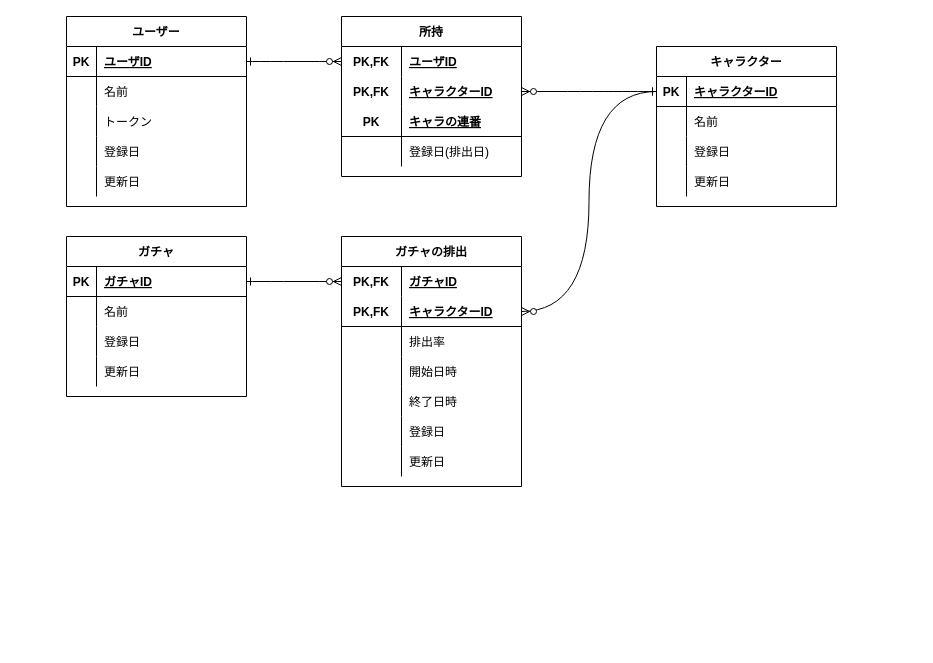
Before: db.drawio in HidakaRintaro/MISSION_CA-TechDojo, a draw.io diagram. Source tidied: cells renumbered, new cells numbered last; positions are measured from the earlier drawing's top-left corner, leaving out a move shared by most shapes. Both pictures are drawn from the tidied source at 100%, with x=0, y=0 at pixel (66, 16).
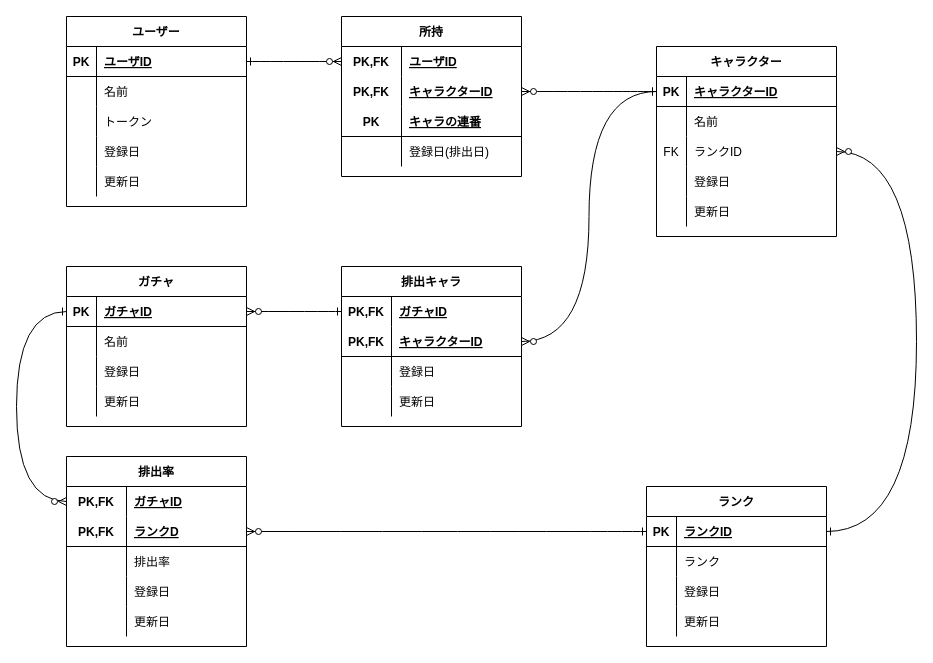
After the change.

Commit message (it also covers changes not shown here):
ガチャの実装 ユーザーキャラクターリストの実装 tokenのランダム生成の追加

The change refers to these unchanged cells:
```xml
<mxCell id="19" style="shape=partialRectangle;fillColor=none;top=0;left=0;bottom=1;right=0;points=[[0,0.5],[1,0.5]];portConstraint=eastwest;" parent="18" vertex="1">
  <mxGeometry y="30" width="180" height="30" as="geometry" />
</mxCell>
<mxCell id="47" style="shape=partialRectangle;fillColor=none;top=0;left=0;bottom=0;right=0;points=[[0,0.5],[1,0.5]];portConstraint=eastwest;" parent="46" vertex="1">
  <mxGeometry y="30" width="180" height="30" as="geometry" />
</mxCell>
<mxCell id="50" style="shape=partialRectangle;fillColor=none;top=0;left=0;bottom=1;right=0;points=[[0,0.5],[1,0.5]];portConstraint=eastwest;" parent="46" vertex="1">
  <mxGeometry y="60" width="180" height="30" as="geometry" />
</mxCell>
<mxCell id="71" style="shape=partialRectangle;fillColor=none;top=0;left=0;bottom=1;right=0;points=[[0,0.5],[1,0.5]];portConstraint=eastwest;" parent="70" vertex="1">
  <mxGeometry y="30" width="180" height="30" as="geometry" />
</mxCell>
```

What changed in the source:
```diff
@@
     <mxCell id="18" value="キャラクター" style="shape=table;startSize=30;childLayout=tableLayout;rowLines=0;fontStyle=1;align=center;" parent="1" vertex="1">
-      <mxGeometry x="590" y="30" width="180" height="160" as="geometry" />
+      <mxGeometry x="590" y="30" width="180" height="190" as="geometry" />
     </mxCell>
@@
+    <mxCell id="83" style="shape=partialRectangle;fillColor=none;top=0;left=0;bottom=0;right=0;points=[[0,0.5],[1,0.5]];portConstraint=eastwest;" parent="18" vertex="1">
+      <mxGeometry y="90" width="180" height="30" as="geometry" />
+    </mxCell>
+    <mxCell id="84" value="FK" style="shape=partialRectangle;fillColor=none;top=0;left=0;bottom=0;right=0;overflow=hidden;" parent="83" vertex="1">
+      <mxGeometry width="30" height="30" as="geometry" />
+    </mxCell>
+    <mxCell id="85" value="ランクID" style="shape=partialRectangle;fillColor=none;top=0;left=0;bottom=0;right=0;align=left;spacingLeft=6;overflow=hidden;" parent="83" vertex="1">
+      <mxGeometry x="30" width="150" height="30" as="geometry" />
+    </mxCell>
     <mxCell id="25" style="shape=partialRectangle;fillColor=none;top=0;left=0;bottom=0;right=0;" parent="18" vertex="1">
-      <mxGeometry y="90" width="180" height="30" as="geometry" />
+      <mxGeometry y="120" width="180" height="30" as="geometry" />
     </mxCell>
@@
     <mxCell id="28" style="shape=partialRectangle;fillColor=none;top=0;left=0;bottom=0;right=0;" parent="18" vertex="1">
-      <mxGeometry y="120" width="180" height="30" as="geometry" />
+      <mxGeometry y="150" width="180" height="30" as="geometry" />
     </mxCell>
@@
-    <mxCell id="46" value="ガチャの排出" style="shape=table;startSize=30;childLayout=tableLayout;rowLines=0;fontStyle=1;align=center;" parent="1" vertex="1">
-      <mxGeometry x="275" y="220" width="180" height="250" as="geometry" />
+    <mxCell id="46" value="排出率" style="shape=table;startSize=30;childLayout=tableLayout;rowLines=0;fontStyle=1;align=center;" parent="1" vertex="1">
+      <mxGeometry y="440" width="180" height="190" as="geometry" />
     </mxCell>
@@
-    <mxCell id="52" value="キャラクターID" style="shape=partialRectangle;fillColor=none;top=0;left=0;bottom=0;right=0;align=left;spacingLeft=6;fontStyle=5;overflow=hidden;" parent="50" vertex="1">
+    <mxCell id="52" value="ランクD" style="shape=partialRectangle;fillColor=none;top=0;left=0;bottom=0;right=0;align=left;spacingLeft=6;fontStyle=5;overflow=hidden;" parent="50" vertex="1">
       <mxGeometry x="60" width="120" height="30" as="geometry" />
     </mxCell>
@@
-    <mxCell id="56" style="shape=partialRectangle;fillColor=none;top=0;left=0;bottom=0;right=0;" parent="46" vertex="1">
-      <mxGeometry y="120" width="180" height="30" as="geometry" />
-    </mxCell>
-    <mxCell id="57" style="shape=partialRectangle;fillColor=none;top=0;left=0;bottom=0;right=0;overflow=hidden;" parent="56" vertex="1">
-      <mxGeometry width="60" height="30" as="geometry" />
-    </mxCell>
-    <mxCell id="58" value="開始日時" style="shape=partialRectangle;fillColor=none;top=0;left=0;bottom=0;right=0;align=left;spacingLeft=6;overflow=hidden;" parent="56" vertex="1">
-      <mxGeometry x="60" width="120" height="30" as="geometry" />
-    </mxCell>
-    <mxCell id="59" style="shape=partialRectangle;fillColor=none;top=0;left=0;bottom=0;right=0;" parent="46" vertex="1">
-      <mxGeometry y="150" width="180" height="30" as="geometry" />
-    </mxCell>
-    <mxCell id="60" style="shape=partialRectangle;fillColor=none;top=0;left=0;bottom=0;right=0;overflow=hidden;" parent="59" vertex="1">
-      <mxGeometry width="60" height="30" as="geometry" />
-    </mxCell>
-    <mxCell id="61" value="終了日時" style="shape=partialRectangle;fillColor=none;top=0;left=0;bottom=0;right=0;align=left;spacingLeft=6;overflow=hidden;" parent="59" vertex="1">
-      <mxGeometry x="60" width="120" height="30" as="geometry" />
-    </mxCell>
     <mxCell id="62" style="shape=partialRectangle;fillColor=none;top=0;left=0;bottom=0;right=0;" parent="46" vertex="1">
-      <mxGeometry y="180" width="180" height="30" as="geometry" />
+      <mxGeometry y="120" width="180" height="30" as="geometry" />
     </mxCell>
@@
     <mxCell id="65" style="shape=partialRectangle;fillColor=none;top=0;left=0;bottom=0;right=0;" parent="46" vertex="1">
-      <mxGeometry y="210" width="180" height="30" as="geometry" />
+      <mxGeometry y="150" width="180" height="30" as="geometry" />
     </mxCell>
@@
-    <mxCell id="68" style="edgeStyle=orthogonalEdgeStyle;rounded=0;jettySize=auto;html=1;exitX=0;exitY=0.5;exitDx=0;exitDy=0;entryX=1;entryY=0.5;entryDx=0;entryDy=0;endArrow=ERzeroToMany;endFill=1;startArrow=ERone;startFill=0;curved=1;" parent="1" edge="1" source="19" target="50">
-      <mxGeometry relative="1" as="geometry" />
-    </mxCell>
-    <mxCell id="69" style="edgeStyle=orthogonalEdgeStyle;curved=1;rounded=0;jettySize=auto;html=1;entryX=0;entryY=0.5;entryDx=0;entryDy=0;startArrow=ERone;startFill=0;endArrow=ERzeroToMany;endFill=1;exitX=1;exitY=0.5;exitDx=0;exitDy=0;" parent="1" edge="1" source="71" target="47">
-      <mxGeometry relative="1" as="geometry" />
-    </mxCell>
     <mxCell id="70" value="ガチャ" style="shape=table;startSize=30;childLayout=tableLayout;rowLines=0;fontStyle=1;align=center;" parent="1" vertex="1">
-      <mxGeometry y="220" width="180" height="160" as="geometry" />
+      <mxGeometry y="250" width="180" height="160" as="geometry" />
     </mxCell>
@@
+    <mxCell id="86" value="ランク" style="shape=table;startSize=30;childLayout=tableLayout;rowLines=0;fontStyle=1;align=center;" parent="1" vertex="1">
+      <mxGeometry x="580" y="470" width="180" height="160" as="geometry" />
+    </mxCell>
+    <mxCell id="87" style="shape=partialRectangle;fillColor=none;top=0;left=0;bottom=1;right=0;points=[[0,0.5],[1,0.5]];portConstraint=eastwest;" parent="86" vertex="1">
+      <mxGeometry y="30" width="180" height="30" as="geometry" />
+    </mxCell>
+    <mxCell id="88" value="PK" style="shape=partialRectangle;fillColor=none;top=0;left=0;bottom=0;right=0;fontStyle=1;overflow=hidden;" parent="87" vertex="1">
+      <mxGeometry width="30" height="30" as="geometry" />
+    </mxCell>
+    <mxCell id="89" value="ランクID" style="shape=partialRectangle;fillColor=none;top=0;left=0;bottom=0;right=0;align=left;spacingLeft=6;fontStyle=5;overflow=hidden;" parent="87" vertex="1">
+      <mxGeometry x="30" width="150" height="30" as="geometry" />
+    </mxCell>
+    <mxCell id="90" style="shape=partialRectangle;fillColor=none;top=0;left=0;bottom=0;right=0;" parent="86" vertex="1">
+      <mxGeometry y="60" width="180" height="30" as="geometry" />
+    </mxCell>
+    <mxCell id="91" style="shape=partialRectangle;fillColor=none;top=0;left=0;bottom=0;right=0;overflow=hidden;" parent="90" vertex="1">
+      <mxGeometry width="30" height="30" as="geometry" />
+    </mxCell>
+    <mxCell id="92" value="ランク" style="shape=partialRectangle;fillColor=none;top=0;left=0;bottom=0;right=0;align=left;spacingLeft=6;overflow=hidden;" parent="90" vertex="1">
+      <mxGeometry x="30" width="150" height="30" as="geometry" />
+    </mxCell>
+    <mxCell id="93" style="shape=partialRectangle;fillColor=none;top=0;left=0;bottom=0;right=0;" parent="86" vertex="1">
+      <mxGeometry y="90" width="180" height="30" as="geometry" />
+    </mxCell>
+    <mxCell id="94" style="shape=partialRectangle;fillColor=none;top=0;left=0;bottom=0;right=0;overflow=hidden;" parent="93" vertex="1">
+      <mxGeometry width="30" height="30" as="geometry" />
+    </mxCell>
+    <mxCell id="95" value="登録日" style="shape=partialRectangle;fillColor=none;top=0;left=0;bottom=0;right=0;align=left;spacingLeft=6;overflow=hidden;" parent="93" vertex="1">
+      <mxGeometry x="30" width="150" height="30" as="geometry" />
+    </mxCell>
+    <mxCell id="96" style="shape=partialRectangle;fillColor=none;top=0;left=0;bottom=0;right=0;" parent="86" vertex="1">
+      <mxGeometry y="120" width="180" height="30" as="geometry" />
+    </mxCell>
+    <mxCell id="97" style="shape=partialRectangle;fillColor=none;top=0;left=0;bottom=0;right=0;overflow=hidden;" parent="96" vertex="1">
+      <mxGeometry width="30" height="30" as="geometry" />
+    </mxCell>
+    <mxCell id="98" value="更新日" style="shape=partialRectangle;fillColor=none;top=0;left=0;bottom=0;right=0;align=left;spacingLeft=6;overflow=hidden;" parent="96" vertex="1">
+      <mxGeometry x="30" width="150" height="30" as="geometry" />
+    </mxCell>
+    <mxCell id="99" style="edgeStyle=orthogonalEdgeStyle;rounded=0;jettySize=auto;html=1;exitX=1;exitY=0.5;exitDx=0;exitDy=0;entryX=1;entryY=0.5;entryDx=0;entryDy=0;curved=1;endArrow=ERzeroToMany;endFill=1;startArrow=ERone;startFill=0;" parent="1" edge="1" source="87" target="83">
+      <mxGeometry relative="1" as="geometry">
+        <Array as="points">
+          <mxPoint x="850" y="515" />
+          <mxPoint x="850" y="135" />
+        </Array>
+      </mxGeometry>
+    </mxCell>
+    <mxCell id="100" style="edgeStyle=orthogonalEdgeStyle;curved=1;rounded=0;jettySize=auto;html=1;entryX=1;entryY=0.5;entryDx=0;entryDy=0;startArrow=ERone;startFill=0;endArrow=ERzeroToMany;endFill=1;" parent="1" edge="1" source="87" target="50">
+      <mxGeometry relative="1" as="geometry" />
+    </mxCell>
+    <mxCell id="101" value="排出キャラ" style="shape=table;startSize=30;childLayout=tableLayout;rowLines=0;fontStyle=1;align=center;" parent="1" vertex="1">
+      <mxGeometry x="275" y="250" width="180" height="160" as="geometry" />
+    </mxCell>
+    <mxCell id="102" style="shape=partialRectangle;fillColor=none;top=0;left=0;bottom=1;right=0;points=[[0,0.5],[1,0.5]];portConstraint=eastwest;strokeColor=none;" parent="101" vertex="1">
+      <mxGeometry y="30" width="180" height="30" as="geometry" />
+    </mxCell>
+    <mxCell id="103" value="PK,FK" style="shape=partialRectangle;fillColor=none;top=0;left=0;bottom=0;right=0;fontStyle=1;overflow=hidden;" parent="102" vertex="1">
+      <mxGeometry width="50" height="30" as="geometry" />
+    </mxCell>
+    <mxCell id="104" value="ガチャID" style="shape=partialRectangle;fillColor=none;top=0;left=0;bottom=0;right=0;align=left;spacingLeft=6;fontStyle=5;overflow=hidden;" parent="102" vertex="1">
+      <mxGeometry x="50" width="130" height="30" as="geometry" />
+    </mxCell>
+    <mxCell id="105" style="shape=partialRectangle;fillColor=none;top=0;left=0;bottom=1;right=0;points=[[0,0.5],[1,0.5]];portConstraint=eastwest;" parent="101" vertex="1">
+      <mxGeometry y="60" width="180" height="30" as="geometry" />
+    </mxCell>
+    <mxCell id="106" value="PK,FK" style="shape=partialRectangle;fillColor=none;top=0;left=0;bottom=0;right=0;fontStyle=1;overflow=hidden;" parent="105" vertex="1">
+      <mxGeometry width="50" height="30" as="geometry" />
+    </mxCell>
+    <mxCell id="107" value="キャラクターID" style="shape=partialRectangle;fillColor=none;top=0;left=0;bottom=0;right=0;align=left;spacingLeft=6;fontStyle=5;overflow=hidden;" parent="105" vertex="1">
+      <mxGeometry x="50" width="130" height="30" as="geometry" />
+    </mxCell>
+    <mxCell id="108" style="shape=partialRectangle;fillColor=none;top=0;left=0;bottom=0;right=0;" parent="101" vertex="1">
+      <mxGeometry y="90" width="180" height="30" as="geometry" />
+    </mxCell>
+    <mxCell id="109" style="shape=partialRectangle;fillColor=none;top=0;left=0;bottom=0;right=0;overflow=hidden;" parent="108" vertex="1">
+      <mxGeometry width="50" height="30" as="geometry" />
+    </mxCell>
+    <mxCell id="110" value="登録日" style="shape=partialRectangle;fillColor=none;top=0;left=0;bottom=0;right=0;align=left;spacingLeft=6;overflow=hidden;" parent="108" vertex="1">
+      <mxGeometry x="50" width="130" height="30" as="geometry" />
+    </mxCell>
+    <mxCell id="111" style="shape=partialRectangle;fillColor=none;top=0;left=0;bottom=0;right=0;" parent="101" vertex="1">
+      <mxGeometry y="120" width="180" height="30" as="geometry" />
+    </mxCell>
+    <mxCell id="112" style="shape=partialRectangle;fillColor=none;top=0;left=0;bottom=0;right=0;overflow=hidden;" parent="111" vertex="1">
+      <mxGeometry width="50" height="30" as="geometry" />
+    </mxCell>
+    <mxCell id="113" value="更新日" style="shape=partialRectangle;fillColor=none;top=0;left=0;bottom=0;right=0;align=left;spacingLeft=6;overflow=hidden;" parent="111" vertex="1">
+      <mxGeometry x="50" width="130" height="30" as="geometry" />
+    </mxCell>
+    <mxCell id="114" style="edgeStyle=orthogonalEdgeStyle;curved=1;rounded=0;jettySize=auto;html=1;exitX=0;exitY=0.5;exitDx=0;exitDy=0;entryX=1;entryY=0.5;entryDx=0;entryDy=0;startArrow=ERone;startFill=0;endArrow=ERzeroToMany;endFill=1;" parent="1" edge="1" source="102" target="71">
+      <mxGeometry relative="1" as="geometry" />
+    </mxCell>
+    <mxCell id="115" style="edgeStyle=orthogonalEdgeStyle;curved=1;rounded=0;jettySize=auto;html=1;exitX=0;exitY=0.5;exitDx=0;exitDy=0;entryX=1;entryY=0.5;entryDx=0;entryDy=0;startArrow=ERone;startFill=0;endArrow=ERzeroToMany;endFill=1;" parent="1" edge="1" source="19" target="105">
+      <mxGeometry relative="1" as="geometry" />
+    </mxCell>
+    <mxCell id="69" style="edgeStyle=orthogonalEdgeStyle;curved=1;rounded=0;jettySize=auto;html=1;exitX=0;exitY=0.5;exitDx=0;exitDy=0;entryX=0;entryY=0.5;entryDx=0;entryDy=0;startArrow=ERone;startFill=0;endArrow=ERzeroToMany;endFill=1;" parent="1" edge="1" source="71" target="47">
+      <mxGeometry relative="1" as="geometry">
+        <Array as="points">
+          <mxPoint x="-50" y="295" />
+          <mxPoint x="-50" y="485" />
+        </Array>
+      </mxGeometry>
+    </mxCell>
```
